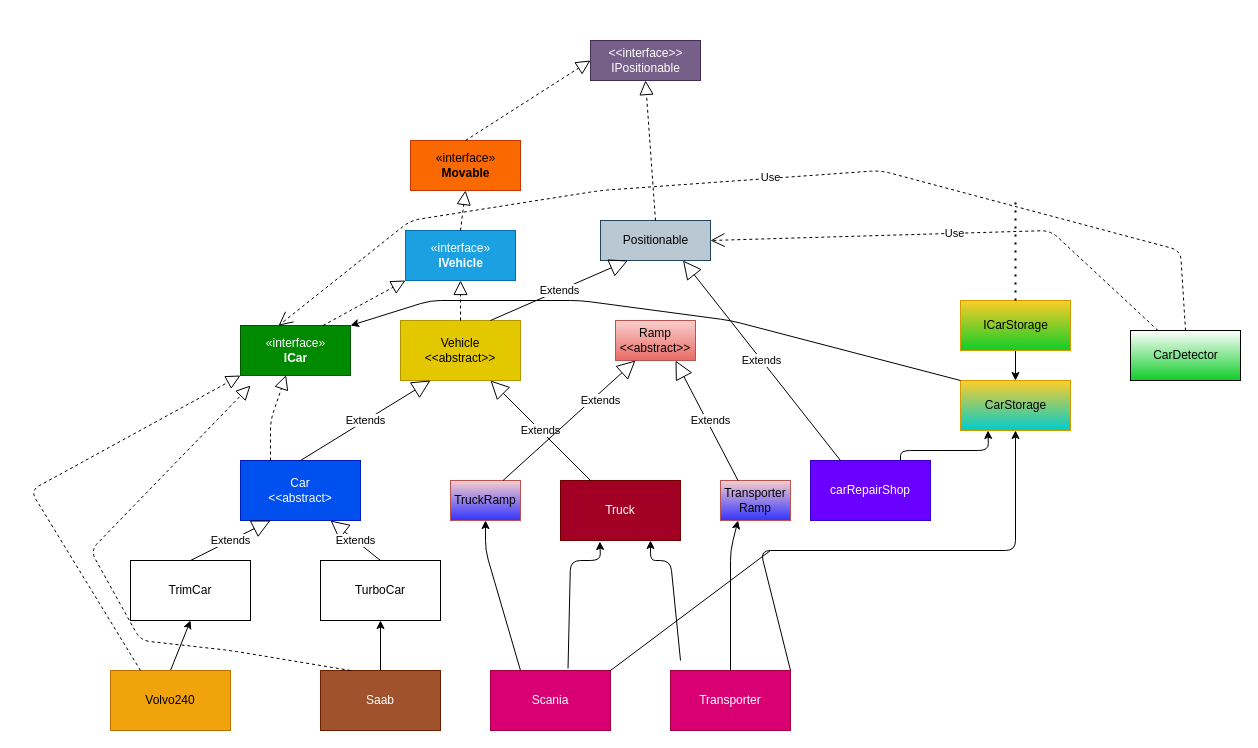
Earlier version of the draw.io diagram lab2_uml_diagram.drawio (erikpersson0884/TDA553-Lab2). Source tidied: cells renumbered, new cells numbered last; positions are measured from the earlier drawing's top-left corner, leaving out a move shared by most shapes. Both pictures are drawn from the tidied source at 100%, with x=0, y=0 at pixel (30, 40).
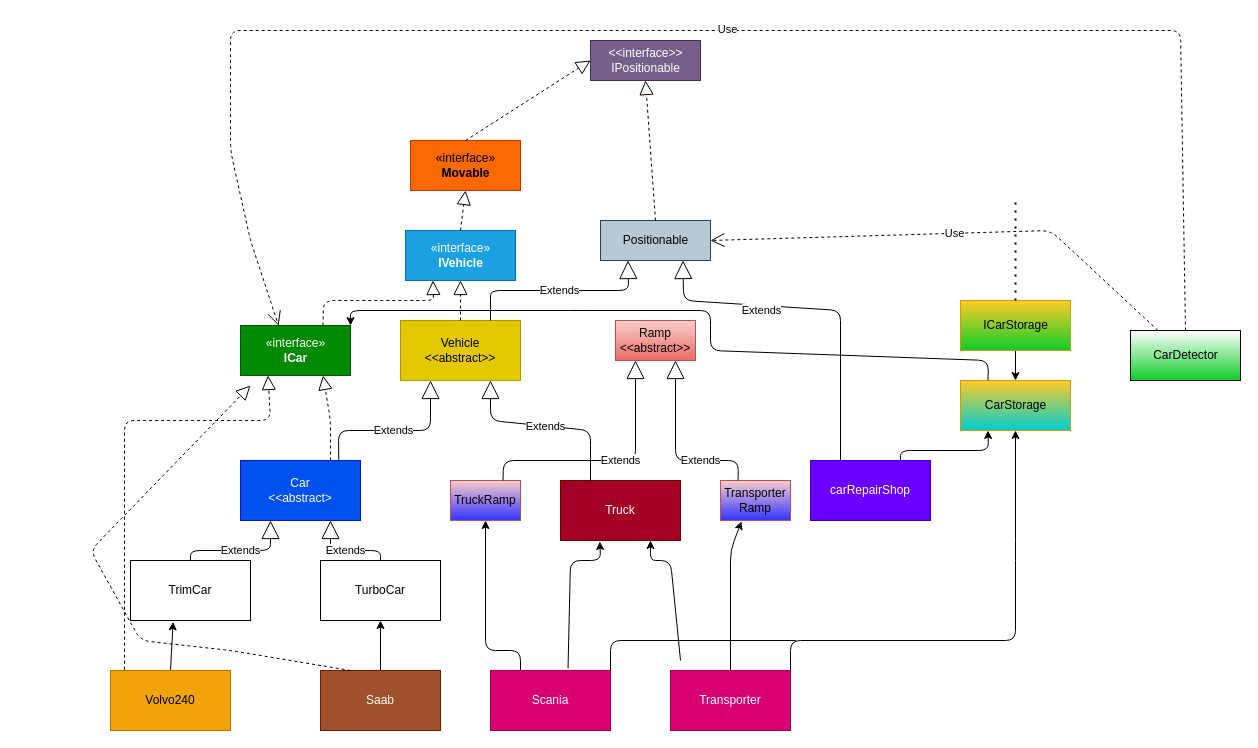
After the change.

The change refers to these unchanged cells:
```xml
<mxCell id="2" value="Car&lt;br&gt;&amp;lt;&amp;lt;abstract&amp;gt;" style="rounded=0;whiteSpace=wrap;html=1;fillColor=#0050ef;fontColor=#ffffff;strokeColor=#001DBC;" parent="1" vertex="1">
  <mxGeometry x="210" y="420" width="120" height="60" as="geometry" />
</mxCell>
<mxCell id="4" value="Truck" style="rounded=0;whiteSpace=wrap;html=1;fillColor=#a20025;fontColor=#ffffff;strokeColor=#6F0000;" parent="1" vertex="1">
  <mxGeometry x="530" y="440" width="120" height="60" as="geometry" />
</mxCell>
<mxCell id="6" value="Volvo240" style="rounded=0;whiteSpace=wrap;html=1;fillColor=#f0a30a;fontColor=#000000;strokeColor=#BD7000;" parent="1" vertex="1">
  <mxGeometry x="80" y="630" width="120" height="60" as="geometry" />
</mxCell>
<mxCell id="10" value="Scania" style="rounded=0;whiteSpace=wrap;html=1;fillColor=#d80073;fontColor=#ffffff;strokeColor=#A50040;" parent="1" vertex="1">
  <mxGeometry x="460" y="630" width="120" height="60" as="geometry" />
</mxCell>
<mxCell id="13" value="Transporter" style="rounded=0;whiteSpace=wrap;html=1;fillColor=#d80073;fontColor=#ffffff;strokeColor=#A50040;" parent="1" vertex="1">
  <mxGeometry x="640" y="630" width="120" height="60" as="geometry" />
</mxCell>
<mxCell id="14" value="Ramp&lt;br&gt;&amp;lt;&amp;lt;abstract&amp;gt;&amp;gt;" style="rounded=0;whiteSpace=wrap;html=1;fillColor=#f8cecc;gradientColor=#ea6b66;strokeColor=#b85450;" parent="1" vertex="1">
  <mxGeometry x="585" y="280" width="80" height="40" as="geometry" />
</mxCell>
<mxCell id="15" value="Vehicle&lt;br&gt;&amp;lt;&amp;lt;abstract&amp;gt;&amp;gt;" style="rounded=0;whiteSpace=wrap;html=1;fillColor=#e3c800;fontColor=#000000;strokeColor=#B09500;" parent="1" vertex="1">
  <mxGeometry x="370" y="280" width="120" height="60" as="geometry" />
</mxCell>
<mxCell id="17" value="Positionable" style="html=1;fillColor=#bac8d3;strokeColor=#23445d;" parent="1" vertex="1">
  <mxGeometry x="570" y="180" width="110" height="40" as="geometry" />
</mxCell>
<mxCell id="19" value="carRepairShop" style="rounded=0;whiteSpace=wrap;html=1;fillColor=#6a00ff;fontColor=#ffffff;strokeColor=#3700CC;" parent="1" vertex="1">
  <mxGeometry x="780" y="420" width="120" height="60" as="geometry" />
</mxCell>
<mxCell id="20" value="CarStorage&lt;br&gt;" style="html=1;fillColor=#ffcd28;gradientColor=#00CCCC;strokeColor=#d79b00;" parent="1" vertex="1">
  <mxGeometry x="930" y="340" width="110" height="50" as="geometry" />
</mxCell>
<mxCell id="23" value="«interface»&lt;br&gt;&lt;b&gt;IVehicle&lt;/b&gt;" style="html=1;fillColor=#1ba1e2;fontColor=#ffffff;strokeColor=#006EAF;" parent="1" vertex="1">
  <mxGeometry x="375" y="190" width="110" height="50" as="geometry" />
</mxCell>
<mxCell id="25" value="TrimCar" style="rounded=0;whiteSpace=wrap;html=1;" parent="1" vertex="1">
  <mxGeometry x="100" y="520" width="120" height="60" as="geometry" />
</mxCell>
<mxCell id="26" value="TurboCar" style="rounded=0;whiteSpace=wrap;html=1;" parent="1" vertex="1">
  <mxGeometry x="290" y="520" width="120" height="60" as="geometry" />
</mxCell>
<mxCell id="27" value="«interface»&lt;br&gt;&lt;b&gt;ICar&lt;/b&gt;" style="html=1;fillColor=#008a00;fontColor=#ffffff;strokeColor=#005700;" parent="1" vertex="1">
  <mxGeometry x="210" y="285" width="110" height="50" as="geometry" />
</mxCell>
<mxCell id="29" value="CarDetector" style="html=1;gradientColor=#10CC29;" parent="1" vertex="1">
  <mxGeometry x="1100" y="290" width="110" height="50" as="geometry" />
</mxCell>
<mxCell id="48" value="Transporter Ramp" style="rounded=0;whiteSpace=wrap;html=1;fillColor=#f8cecc;gradientColor=#3333FF;strokeColor=#b85450;" parent="1" vertex="1">
  <mxGeometry x="690" y="440" width="70" height="40" as="geometry" />
</mxCell>
<mxCell id="49" value="TruckRamp" style="rounded=0;whiteSpace=wrap;html=1;fillColor=#f8cecc;gradientColor=#3333FF;strokeColor=#b85450;" parent="1" vertex="1">
  <mxGeometry x="420" y="440" width="70" height="40" as="geometry" />
</mxCell>
```

What changed in the source:
```diff
@@
     <mxCell id="3" style="edgeStyle=none;html=1;exitX=0.25;exitY=0;exitDx=0;exitDy=0;entryX=0.5;entryY=1;entryDx=0;entryDy=0;" parent="1" edge="1" source="10" target="49">
       <mxGeometry relative="1" as="geometry">
         <Array as="points">
-          <mxPoint x="455" y="510" />
+          <mxPoint x="490" y="610" />
+          <mxPoint x="455" y="610" />
         </Array>
       </mxGeometry>
     </mxCell>
@@
-    <mxCell id="5" style="edgeStyle=none;html=1;exitX=0.5;exitY=0;exitDx=0;exitDy=0;entryX=0.5;entryY=1;entryDx=0;entryDy=0;" parent="1" edge="1" source="6" target="25">
+    <mxCell id="5" style="edgeStyle=none;html=1;exitX=0.5;exitY=0;exitDx=0;exitDy=0;entryX=0.355;entryY=1.022;entryDx=0;entryDy=0;entryPerimeter=0;" parent="1" edge="1" source="6" target="25">
       <mxGeometry relative="1" as="geometry" />
     </mxCell>
@@
     <mxCell id="12" style="edgeStyle=none;html=1;exitX=1;exitY=0;exitDx=0;exitDy=0;entryX=0.5;entryY=1;entryDx=0;entryDy=0;" parent="1" edge="1" source="13" target="20">
       <mxGeometry relative="1" as="geometry">
         <Array as="points">
-          <mxPoint x="730" y="510" />
+          <mxPoint x="760" y="600" />
+          <mxPoint x="985" y="600" />
           <mxPoint x="985" y="510" />
         </Array>
       </mxGeometry>
     </mxCell>
@@
     <mxCell id="28" style="endArrow=none;html=1;exitX=1;exitY=0;exitDx=0;exitDy=0;" parent="1" edge="1" source="10">
       <mxGeometry relative="1" as="geometry">
-        <mxPoint x="740" y="510" as="targetPoint" />
+        <mxPoint x="750" y="600" as="targetPoint" />
+        <Array as="points">
+          <mxPoint x="580" y="600" />
+          <mxPoint x="770" y="600" />
+        </Array>
       </mxGeometry>
     </mxCell>
@@
-    <mxCell id="30" style="endArrow=block;dashed=1;endFill=0;endSize=12;html=1;exitX=0.25;exitY=0;exitDx=0;exitDy=0;entryX=0;entryY=1;entryDx=0;entryDy=0;" parent="1" edge="1" source="6" target="27">
+    <mxCell id="30" style="endArrow=block;dashed=1;endFill=0;endSize=12;html=1;exitX=0.117;exitY=-0.013;exitDx=0;exitDy=0;entryX=0.25;entryY=1;entryDx=0;entryDy=0;exitPerimeter=0;" parent="1" edge="1" source="6" target="27">
       <mxGeometry relative="1" as="geometry">
         <Array as="points">
-          <mxPoint y="450" />
+          <mxPoint x="94" y="380" />
+          <mxPoint x="240" y="380" />
         </Array>
       </mxGeometry>
     </mxCell>
@@
-    <mxCell id="32" style="endArrow=block;dashed=1;endFill=0;endSize=12;html=1;exitX=0.25;exitY=0;exitDx=0;exitDy=0;entryX=0.414;entryY=0.992;entryDx=0;entryDy=0;entryPerimeter=0;" parent="1" edge="1" source="2" target="27">
+    <mxCell id="32" style="endArrow=block;dashed=1;endFill=0;endSize=12;html=1;exitX=0.75;exitY=0;exitDx=0;exitDy=0;entryX=0.75;entryY=1;entryDx=0;entryDy=0;" parent="1" edge="1" source="2" target="27">
       <mxGeometry relative="1" as="geometry">
         <Array as="points">
-          <mxPoint x="240" y="380" />
+          <mxPoint x="300" y="380" />
         </Array>
       </mxGeometry>
     </mxCell>
     <mxCell id="33" value="Extends" style="endArrow=block;endSize=16;endFill=0;html=1;exitX=0.5;exitY=0;exitDx=0;exitDy=0;entryX=0.75;entryY=1;entryDx=0;entryDy=0;" parent="1" edge="1" source="26" target="2">
-      <mxGeometry relative="1" as="geometry" />
+      <mxGeometry relative="1" as="geometry">
+        <Array as="points">
+          <mxPoint x="350" y="510" />
+          <mxPoint x="300" y="510" />
+        </Array>
+      </mxGeometry>
     </mxCell>
     <mxCell id="34" value="Extends" style="endArrow=block;endSize=16;endFill=0;html=1;exitX=0.5;exitY=0;exitDx=0;exitDy=0;entryX=0.25;entryY=1;entryDx=0;entryDy=0;" parent="1" edge="1" source="25" target="2">
-      <mxGeometry relative="1" as="geometry" />
+      <mxGeometry relative="1" as="geometry">
+        <Array as="points">
+          <mxPoint x="160" y="510" />
+          <mxPoint x="240" y="510" />
+        </Array>
+      </mxGeometry>
     </mxCell>
-    <mxCell id="35" value="Extends" style="endArrow=block;endSize=16;endFill=0;html=1;exitX=0.5;exitY=0;exitDx=0;exitDy=0;entryX=0.25;entryY=1;entryDx=0;entryDy=0;" parent="1" edge="1" target="15">
+    <mxCell id="35" value="Extends" style="endArrow=block;endSize=16;endFill=0;html=1;exitX=0.819;exitY=0.016;exitDx=0;exitDy=0;entryX=0.25;entryY=1;entryDx=0;entryDy=0;exitPerimeter=0;" parent="1" edge="1" source="2" target="15">
       <mxGeometry relative="1" as="geometry">
-        <mxPoint x="270" y="420" as="sourcePoint" />
+        <Array as="points">
+          <mxPoint x="308" y="390" />
+          <mxPoint x="400" y="390" />
+        </Array>
       </mxGeometry>
     </mxCell>
     <mxCell id="36" value="Extends" style="endArrow=block;endSize=16;endFill=0;html=1;exitX=0.25;exitY=0;exitDx=0;exitDy=0;entryX=0.75;entryY=1;entryDx=0;entryDy=0;" parent="1" edge="1" source="4" target="15">
-      <mxGeometry relative="1" as="geometry" />
+      <mxGeometry relative="1" as="geometry">
+        <Array as="points">
+          <mxPoint x="560" y="390" />
+          <mxPoint x="460" y="380" />
+        </Array>
+      </mxGeometry>
     </mxCell>
@@
     <mxCell id="41" value="Extends" style="endArrow=block;endSize=16;endFill=0;html=1;exitX=0.75;exitY=0;exitDx=0;exitDy=0;entryX=0.25;entryY=1;entryDx=0;entryDy=0;" parent="1" edge="1" source="15" target="17">
-      <mxGeometry relative="1" as="geometry" />
+      <mxGeometry relative="1" as="geometry">
+        <Array as="points">
+          <mxPoint x="460" y="270" />
+          <mxPoint x="460" y="250" />
+          <mxPoint x="598" y="250" />
+        </Array>
+      </mxGeometry>
     </mxCell>
     <mxCell id="42" value="Extends" style="endArrow=block;endSize=16;endFill=0;html=1;exitX=0.25;exitY=0;exitDx=0;exitDy=0;entryX=0.75;entryY=1;entryDx=0;entryDy=0;" parent="1" edge="1" source="19" target="17">
-      <mxGeometry relative="1" as="geometry" />
+      <mxGeometry x="0.32" y="5" relative="1" as="geometry">
+        <Array as="points">
+          <mxPoint x="810" y="270" />
+          <mxPoint x="653" y="260" />
+        </Array>
+      </mxGeometry>
     </mxCell>
     <mxCell id="43" value="Use" style="endArrow=open;endSize=12;dashed=1;html=1;exitX=0.5;exitY=0;exitDx=0;exitDy=0;entryX=0.346;entryY=0.002;entryDx=0;entryDy=0;entryPerimeter=0;" parent="1" edge="1" source="29" target="27">
       <mxGeometry x="-0.03" y="-1" relative="1" as="geometry">
         <Array as="points">
-          <mxPoint x="1150" y="210" />
-          <mxPoint x="850" y="130" />
-          <mxPoint x="570" y="150" />
-          <mxPoint x="380" y="180" />
+          <mxPoint x="1150" y="-10" />
+          <mxPoint x="200" y="-10" />
+          <mxPoint x="200" y="110" />
+          <mxPoint x="220" y="200" />
         </Array>
       </mxGeometry>
     </mxCell>
-    <mxCell id="44" style="endArrow=block;dashed=1;endFill=0;endSize=12;html=1;exitX=0.75;exitY=0;exitDx=0;exitDy=0;entryX=0;entryY=1;entryDx=0;entryDy=0;" parent="1" edge="1" source="27" target="23">
-      <mxGeometry relative="1" as="geometry" />
+    <mxCell id="44" style="endArrow=block;dashed=1;endFill=0;endSize=12;html=1;exitX=0.75;exitY=0;exitDx=0;exitDy=0;entryX=0.25;entryY=1;entryDx=0;entryDy=0;" parent="1" edge="1" source="27" target="23">
+      <mxGeometry relative="1" as="geometry">
+        <Array as="points">
+          <mxPoint x="293" y="260" />
+          <mxPoint x="403" y="260" />
+        </Array>
+      </mxGeometry>
     </mxCell>
@@
-    <mxCell id="47" style="edgeStyle=none;html=1;exitX=0;exitY=0;exitDx=0;exitDy=0;entryX=1;entryY=0;entryDx=0;entryDy=0;" parent="1" edge="1" source="20" target="27">
+    <mxCell id="47" style="edgeStyle=none;html=1;exitX=0.25;exitY=0;exitDx=0;exitDy=0;entryX=1;entryY=0;entryDx=0;entryDy=0;" parent="1" edge="1" source="20" target="27">
       <mxGeometry relative="1" as="geometry">
         <Array as="points">
-          <mxPoint x="700" y="280" />
-          <mxPoint x="550" y="260" />
-          <mxPoint x="400" y="260" />
+          <mxPoint x="958" y="320" />
+          <mxPoint x="680" y="310" />
+          <mxPoint x="680" y="270" />
+          <mxPoint x="550" y="270" />
+          <mxPoint x="320" y="270" />
         </Array>
       </mxGeometry>
     </mxCell>
@@
-    <mxCell id="50" style="edgeStyle=none;html=1;exitX=0.5;exitY=0;exitDx=0;exitDy=0;entryX=0.25;entryY=1;entryDx=0;entryDy=0;" parent="1" edge="1" source="13" target="48">
+    <mxCell id="50" style="edgeStyle=none;html=1;exitX=0.5;exitY=0;exitDx=0;exitDy=0;entryX=0.3;entryY=1.021;entryDx=0;entryDy=0;entryPerimeter=0;" parent="1" edge="1" source="13" target="48">
       <mxGeometry relative="1" as="geometry">
         <Array as="points">
           <mxPoint x="700" y="510" />
         </Array>
       </mxGeometry>
     </mxCell>
     <mxCell id="51" value="Extends" style="endArrow=block;endSize=16;endFill=0;html=1;exitX=0.75;exitY=0;exitDx=0;exitDy=0;entryX=0.25;entryY=1;entryDx=0;entryDy=0;" parent="1" edge="1" source="49" target="14">
-      <mxGeometry x="0.41" y="-6" relative="1" as="geometry" />
+      <mxGeometry x="0.09" relative="1" as="geometry">
+        <Array as="points">
+          <mxPoint x="473" y="420" />
+          <mxPoint x="605" y="420" />
+        </Array>
+      </mxGeometry>
     </mxCell>
     <mxCell id="52" value="Extends" style="endArrow=block;endSize=16;endFill=0;html=1;exitX=0.25;exitY=0;exitDx=0;exitDy=0;entryX=0.75;entryY=1;entryDx=0;entryDy=0;" parent="1" edge="1" source="48" target="14">
-      <mxGeometry x="-0.03" y="-3" relative="1" as="geometry" />
+      <mxGeometry x="-0.37" relative="1" as="geometry">
+        <Array as="points">
+          <mxPoint x="708" y="420" />
+          <mxPoint x="645" y="420" />
+        </Array>
+      </mxGeometry>
     </mxCell>
```
